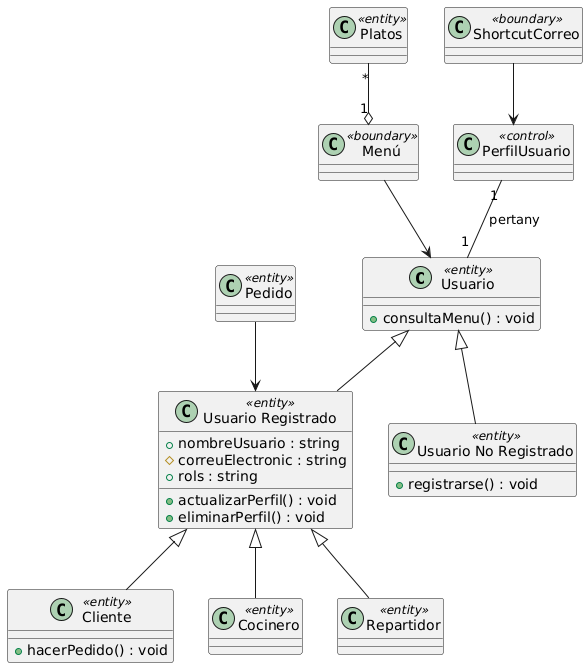
This is documents/Diagrama Clases/Diagramas/bloq1_diagrama_clase.png from dabien3/ES25UAB-511-05, a PlantUML export, as it was before one commit.
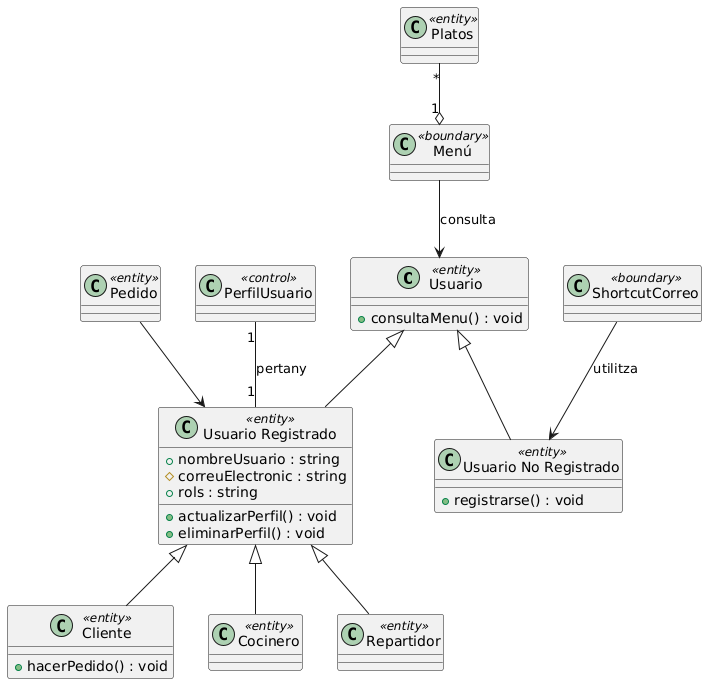
After the change.

The edit, as a diff of the source:
```diff
@@ -34,8 +34,8 @@
 UsuarioRegistrado <|-- Cocinero
 UsuarioRegistrado <|-- Repartidor
 Pedido --> UsuarioRegistrado
-Menú --> Usuario
-PerfilUsuario "1" -- "1" Usuario : pertany
+Menú --> Usuario : consulta
+PerfilUsuario "1" -- "1" UsuarioRegistrado : pertany
 Platos "*" --o "1" Menú
-ShortcutCorreo --> PerfilUsuario
+ShortcutCorreo --> UsuarioNoRegistrado : utilitza
 @enduml
```
